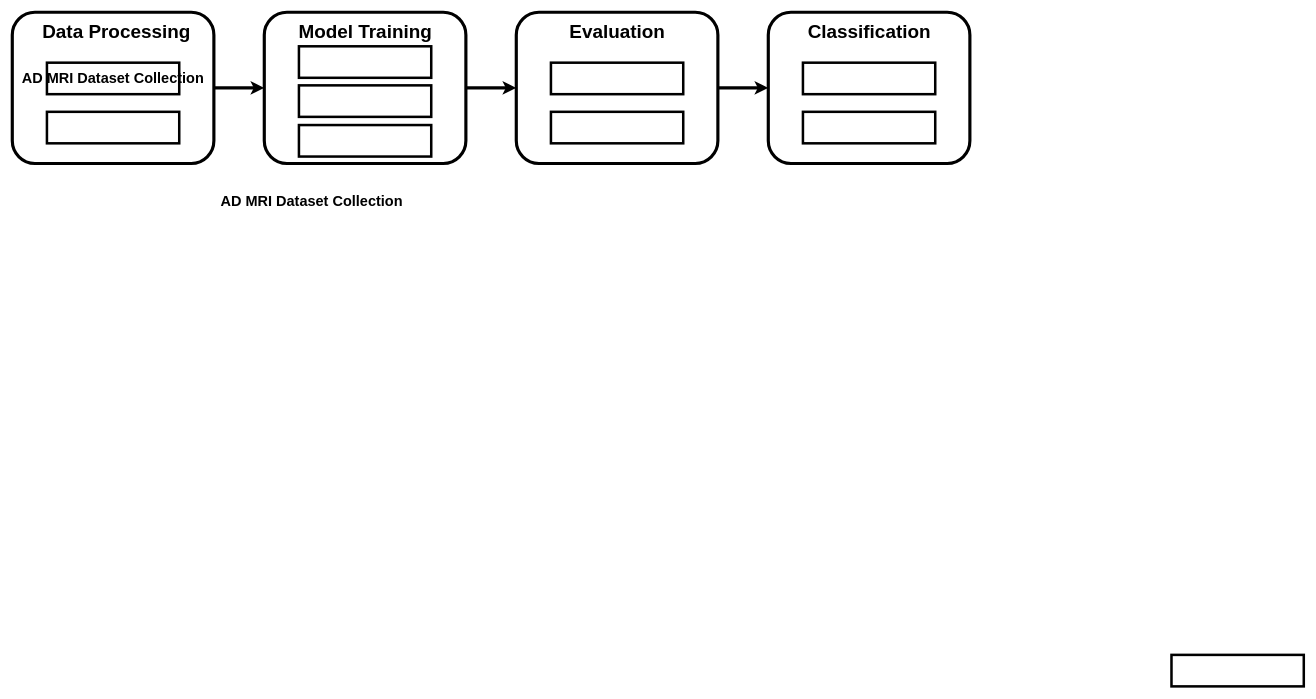
vinayak-k24/DrawIO keeps this draw.io diagram as dimentia.drawio. Above is the earlier version. Source tidied: cells renumbered, new cells numbered last; positions are measured from the earlier drawing's top-left corner, leaving out a move shared by most shapes. Both pictures are drawn from the tidied source at 63%, with x=0, y=0 at pixel (12, 12).
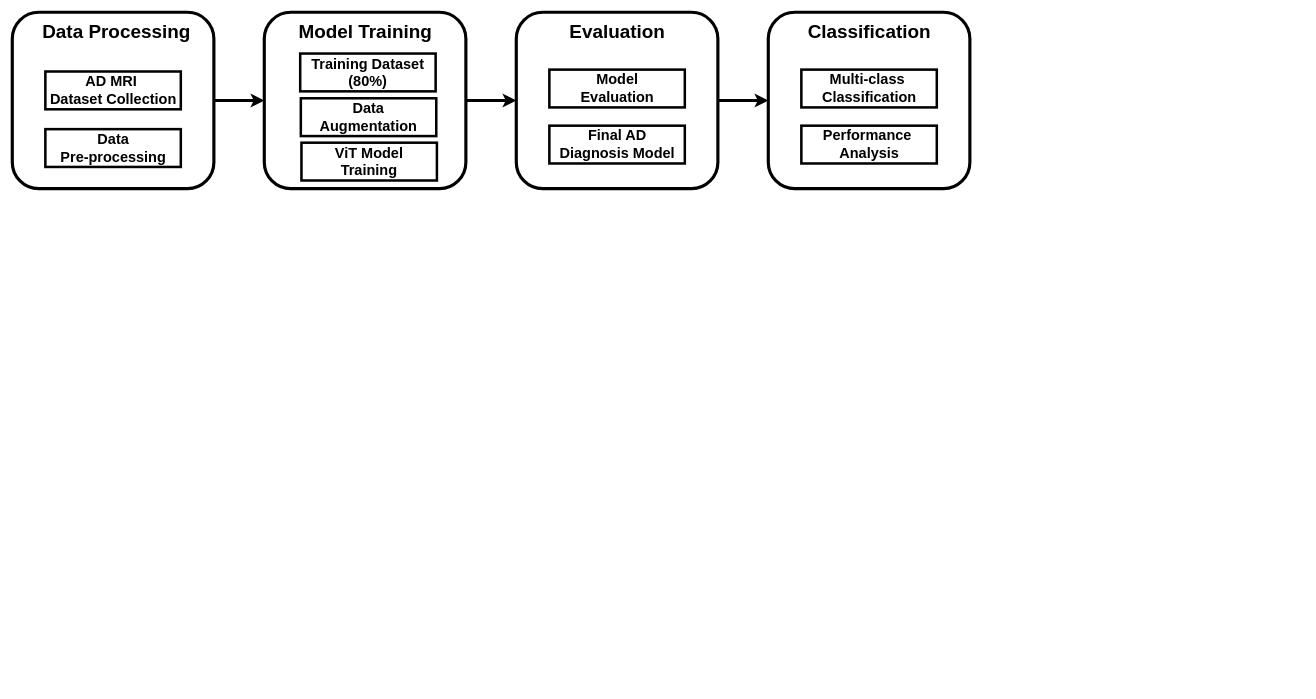
The same page after the edit.

Diff of the diagram source:
```diff
@@
     <mxCell id="3" style="rounded=1;whiteSpace=wrap;html=1;gradientColor=none;fillColor=default;fontStyle=1;strokeWidth=5;shadow=0;glass=0;" parent="1" vertex="1">
-      <mxGeometry width="320" height="240" as="geometry" />
+      <mxGeometry width="320" height="280" as="geometry" />
     </mxCell>
@@
     <mxCell id="5" style="rounded=1;whiteSpace=wrap;html=1;gradientColor=none;fillColor=default;fontStyle=1;strokeWidth=5;" parent="1" vertex="1">
-      <mxGeometry x="400" width="320" height="240" as="geometry" />
+      <mxGeometry x="400" width="320" height="280" as="geometry" />
     </mxCell>
@@
     <mxCell id="7" style="rounded=1;whiteSpace=wrap;html=1;gradientColor=none;fillColor=default;fontStyle=1;strokeWidth=5;" parent="1" vertex="1">
-      <mxGeometry x="800" width="320" height="240" as="geometry" />
+      <mxGeometry x="800" width="320" height="280" as="geometry" />
     </mxCell>
     <mxCell id="8" style="rounded=1;whiteSpace=wrap;html=1;gradientColor=none;fillColor=default;fontStyle=1;strokeWidth=5;" parent="1" vertex="1">
-      <mxGeometry x="1200" width="320" height="240" as="geometry" />
+      <mxGeometry x="1200" width="320" height="280" as="geometry" />
     </mxCell>
-    <mxCell id="9" value="&lt;b style=&quot;background-color: transparent; color: light-dark(rgb(0, 0, 0), rgb(255, 255, 255)); text-wrap-mode: nowrap;&quot;&gt;&lt;font style=&quot;font-size: 23px; line-height: 80%;&quot;&gt;AD MRI Dataset Collection&lt;/font&gt;&lt;/b&gt;" style="html=1;dashed=0;whiteSpace=wrap;strokeWidth=4;" parent="1" vertex="1">
-      <mxGeometry x="55" y="80" width="210" height="50" as="geometry" />
+    <mxCell id="9" value="&lt;b style=&quot;text-wrap-mode: nowrap;&quot;&gt;&lt;font style=&quot;font-size: 23px;&quot;&gt;AD MRI&amp;nbsp;&lt;/font&gt;&lt;/b&gt;&lt;div style=&quot;text-wrap-mode: nowrap;&quot;&gt;&lt;b&gt;&lt;font style=&quot;font-size: 23px;&quot;&gt;Dataset Collection&lt;/font&gt;&lt;/b&gt;&lt;/div&gt;" style="html=1;dashed=0;whiteSpace=wrap;strokeWidth=4;" parent="1" vertex="1">
+      <mxGeometry x="52.5" y="94" width="215" height="60" as="geometry" />
     </mxCell>
-    <mxCell id="10" style="html=1;dashed=0;whiteSpace=wrap;strokeWidth=4;" parent="1" vertex="1">
-      <mxGeometry x="55" y="158" width="210" height="50" as="geometry" />
-    </mxCell>
@@
-    <mxCell id="15" style="html=1;dashed=0;whiteSpace=wrap;strokeWidth=4;" parent="1" vertex="1">
-      <mxGeometry x="855" y="80" width="210" height="50" as="geometry" />
-    </mxCell>
-    <mxCell id="16" style="html=1;dashed=0;whiteSpace=wrap;strokeWidth=4;" parent="1" vertex="1">
-      <mxGeometry x="855" y="158" width="210" height="50" as="geometry" />
-    </mxCell>
-    <mxCell id="17" style="html=1;dashed=0;whiteSpace=wrap;strokeWidth=4;" parent="1" vertex="1">
-      <mxGeometry x="1255" y="80" width="210" height="50" as="geometry" />
-    </mxCell>
-    <mxCell id="18" style="html=1;dashed=0;whiteSpace=wrap;strokeWidth=4;" parent="1" vertex="1">
-      <mxGeometry x="1255" y="158" width="210" height="50" as="geometry" />
-    </mxCell>
-    <mxCell id="19" style="html=1;dashed=0;whiteSpace=wrap;strokeWidth=4;" parent="1" vertex="1">
-      <mxGeometry x="455" y="179" width="210" height="50" as="geometry" />
-    </mxCell>
-    <mxCell id="20" style="html=1;dashed=0;whiteSpace=wrap;strokeWidth=4;" parent="1" vertex="1">
-      <mxGeometry x="1840" y="1020" width="210" height="50" as="geometry" />
-    </mxCell>
-    <mxCell id="21" style="html=1;dashed=0;whiteSpace=wrap;strokeWidth=4;" parent="1" vertex="1">
-      <mxGeometry x="455" y="116" width="210" height="50" as="geometry" />
-    </mxCell>
-    <mxCell id="22" style="html=1;dashed=0;whiteSpace=wrap;strokeWidth=4;" parent="1" vertex="1">
-      <mxGeometry x="455" y="54" width="210" height="50" as="geometry" />
-    </mxCell>
-    <mxCell id="23" value="&lt;b&gt;&lt;font style=&quot;font-size: 23px;&quot;&gt;AD MRI Dataset Collection&lt;/font&gt;&lt;/b&gt;" style="text;html=1;align=center;verticalAlign=middle;strokeColor=none;fillColor=none;rotation=0;" parent="1" vertex="1">
-      <mxGeometry x="320" y="280" width="310" height="40" as="geometry" />
-    </mxCell>
+    <mxCell id="24" value="&lt;span style=&quot;font-size: 23px; text-wrap-mode: nowrap;&quot;&gt;&lt;b&gt;Data&lt;/b&gt;&lt;/span&gt;&lt;div&gt;&lt;span style=&quot;font-size: 23px; text-wrap-mode: nowrap;&quot;&gt;&lt;b&gt;Pre-processing&lt;/b&gt;&lt;/span&gt;&lt;/div&gt;" style="html=1;dashed=0;whiteSpace=wrap;strokeWidth=4;" parent="1" vertex="1">
+      <mxGeometry x="52.5" y="185.5" width="215" height="60" as="geometry" />
+    </mxCell>
+    <mxCell id="25" value="&lt;span style=&quot;font-size: 23px; text-wrap-mode: nowrap;&quot;&gt;&lt;b&gt;Model&lt;/b&gt;&lt;/span&gt;&lt;div&gt;&lt;span style=&quot;font-size: 23px; text-wrap-mode: nowrap;&quot;&gt;&lt;b&gt;Evaluation&lt;/b&gt;&lt;/span&gt;&lt;/div&gt;" style="html=1;dashed=0;whiteSpace=wrap;strokeWidth=4;" parent="1" vertex="1">
+      <mxGeometry x="852.5" y="91" width="215" height="60" as="geometry" />
+    </mxCell>
+    <mxCell id="26" value="&lt;span style=&quot;font-size: 23px; text-wrap-mode: nowrap;&quot;&gt;&lt;b&gt;Final AD&lt;/b&gt;&lt;/span&gt;&lt;div&gt;&lt;span style=&quot;font-size: 23px; text-wrap-mode: nowrap;&quot;&gt;&lt;b&gt;Diagnosis Model&lt;/b&gt;&lt;/span&gt;&lt;/div&gt;" style="html=1;dashed=0;whiteSpace=wrap;strokeWidth=4;" parent="1" vertex="1">
+      <mxGeometry x="852.5" y="180" width="215" height="60" as="geometry" />
+    </mxCell>
+    <mxCell id="27" value="&lt;span style=&quot;font-size: 23px; text-wrap-mode: nowrap;&quot;&gt;&lt;b&gt;Multi-class&amp;nbsp;&lt;/b&gt;&lt;/span&gt;&lt;div&gt;&lt;span style=&quot;font-size: 23px; text-wrap-mode: nowrap;&quot;&gt;&lt;b&gt;Classification&lt;/b&gt;&lt;/span&gt;&lt;/div&gt;" style="html=1;dashed=0;whiteSpace=wrap;strokeWidth=4;" parent="1" vertex="1">
+      <mxGeometry x="1252.5" y="91" width="215" height="60" as="geometry" />
+    </mxCell>
+    <mxCell id="28" value="&lt;span style=&quot;font-size: 23px; text-wrap-mode: nowrap;&quot;&gt;&lt;b&gt;Performance&amp;nbsp;&lt;/b&gt;&lt;/span&gt;&lt;div&gt;&lt;span style=&quot;font-size: 23px; text-wrap-mode: nowrap;&quot;&gt;&lt;b&gt;Analysis&lt;/b&gt;&lt;/span&gt;&lt;/div&gt;" style="html=1;dashed=0;whiteSpace=wrap;strokeWidth=4;" parent="1" vertex="1">
+      <mxGeometry x="1252.5" y="180" width="215" height="60" as="geometry" />
+    </mxCell>
+    <mxCell id="29" value="&lt;span style=&quot;font-size: 23px; text-wrap-mode: nowrap;&quot;&gt;&lt;b&gt;Training Dataset&lt;/b&gt;&lt;/span&gt;&lt;div&gt;&lt;span style=&quot;font-size: 23px; text-wrap-mode: nowrap;&quot;&gt;&lt;b&gt;(80%)&lt;/b&gt;&lt;/span&gt;&lt;/div&gt;" style="html=1;dashed=0;whiteSpace=wrap;strokeWidth=4;" parent="1" vertex="1">
+      <mxGeometry x="457" y="65.5" width="215" height="60" as="geometry" />
+    </mxCell>
+    <mxCell id="30" value="&lt;span style=&quot;font-size: 23px; text-wrap-mode: nowrap;&quot;&gt;&lt;b&gt;Data&lt;/b&gt;&lt;/span&gt;&lt;div&gt;&lt;span style=&quot;font-size: 23px; text-wrap-mode: nowrap;&quot;&gt;&lt;b&gt;Augmentation&lt;/b&gt;&lt;/span&gt;&lt;/div&gt;" style="html=1;dashed=0;whiteSpace=wrap;strokeWidth=4;" parent="1" vertex="1">
+      <mxGeometry x="458" y="136.5" width="215" height="60" as="geometry" />
+    </mxCell>
+    <mxCell id="31" value="&lt;span style=&quot;font-size: 23px; text-wrap-mode: nowrap;&quot;&gt;&lt;b&gt;ViT Model&lt;/b&gt;&lt;/span&gt;&lt;div&gt;&lt;span style=&quot;font-size: 23px; text-wrap-mode: nowrap;&quot;&gt;&lt;b&gt;Training&lt;/b&gt;&lt;/span&gt;&lt;/div&gt;" style="html=1;dashed=0;whiteSpace=wrap;strokeWidth=4;" parent="1" vertex="1">
+      <mxGeometry x="459" y="207" width="215" height="60" as="geometry" />
+    </mxCell>
```
